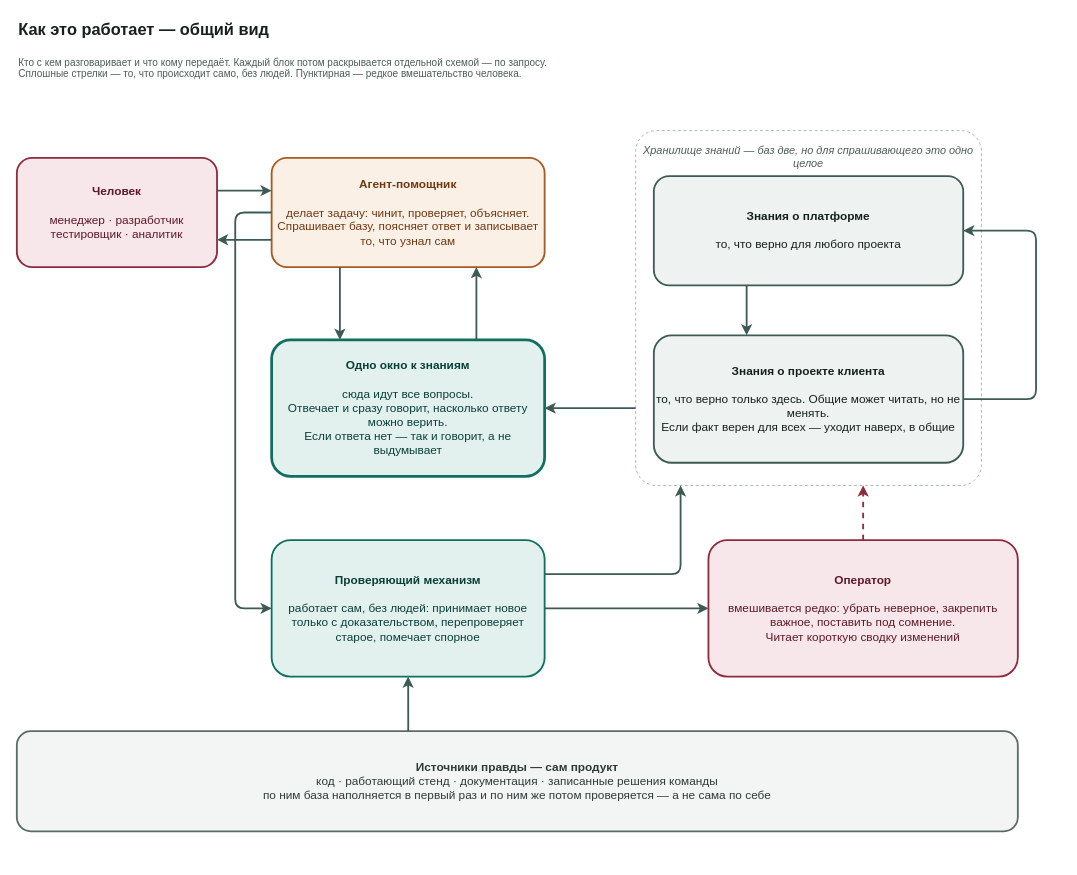
The draw.io diagram docs/adr/adr-knowledge-base-v3-overview.drawio in VirtoCommerce/ai-tools, before the edit. Source tidied: cells renumbered, new cells numbered last; positions are measured from the earlier drawing's top-left corner, leaving out a move shared by most shapes. Both pictures are drawn from the tidied source at 91%, with x=0, y=0 at pixel (16, 15).
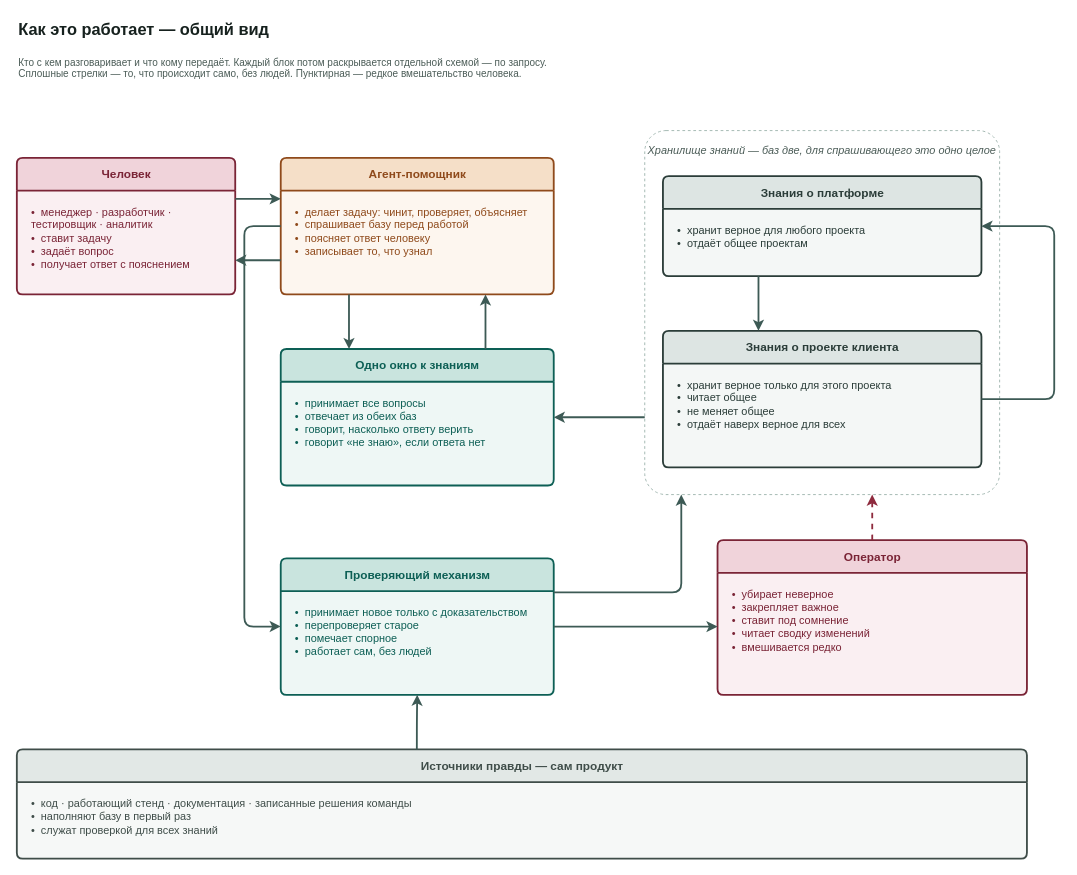
After the change.

Commit message (it also covers changes not shown here):
docs(adr): kb v3 — блоки как карточки: заголовок полосой, функции тезисами (VCST-5776)

Каждый блок стал карточкой draw.io со своей шапкой: название сверху,
отделённое линией, ниже — ненумерованный список того, что блок делает.
Разделитель является свойством фигуры, а не нарисованной линией, поэтому
не разъедется, если карточку потянуть за угол в редакторе.

Формулировки переписаны с обтекаемых на действия: было «общие может
читать, но не менять» — стало «читает общее» и «не меняет общее». Каждый
тезис отвечает на «кто это» или «что конкретно делает», без описательных
хвостов.

Change to the diagram source:
```diff
@@
-    <mxCell id="4" value="&lt;b&gt;Человек&lt;/b&gt;&lt;br&gt;&lt;br&gt;менеджер · разработчик&lt;br&gt;тестировщик · аналитик" style="rounded=1;arcSize=14;whiteSpace=wrap;html=1;fillColor=#f7e6ea;strokeColor=#8e2b3e;fontColor=#5e1a28;fontSize=13;strokeWidth=2;fontFamily=Helvetica;" parent="1" vertex="1">
-      <mxGeometry y="156" width="220" height="120" as="geometry" />
+    <mxCell id="4" value="Человек" style="swimlane;html=1;rounded=1;arcSize=6;startSize=36;horizontal=1;fillColor=#f0d3da;swimlaneFillColor=#faeff2;strokeColor=#7a2436;fontColor=#7a2436;fontSize=13;fontStyle=1;align=center;verticalAlign=middle;strokeWidth=2;fontFamily=Helvetica;" parent="1" vertex="1">
+      <mxGeometry y="156" width="240" height="150" as="geometry" />
     </mxCell>
+    <mxCell id="25" value="•&amp;nbsp; менеджер · разработчик · тестировщик · аналитик&lt;br&gt;•&amp;nbsp; ставит задачу&lt;br&gt;•&amp;nbsp; задаёт вопрос&lt;br&gt;•&amp;nbsp; получает ответ с пояснением" style="text;html=1;align=left;verticalAlign=top;whiteSpace=wrap;spacingLeft=14;spacingTop=10;spacingRight=10;fontSize=12;fontColor=#7a2436;fontFamily=Helvetica;" parent="4" vertex="1">
+      <mxGeometry y="36" width="240" height="114" as="geometry" />
+    </mxCell>
-    <mxCell id="5" value="&lt;b&gt;Агент-помощник&lt;/b&gt;&lt;br&gt;&lt;br&gt;делает задачу: чинит, проверяет, объясняет.&lt;br&gt;Спрашивает базу, поясняет ответ и записывает то, что узнал сам" style="rounded=1;arcSize=14;whiteSpace=wrap;html=1;fillColor=#fbf0e6;strokeColor=#a85a22;fontColor=#6f3813;fontSize=13;strokeWidth=2;fontFamily=Helvetica;" parent="1" vertex="1">
-      <mxGeometry x="280" y="156" width="300" height="120" as="geometry" />
+    <mxCell id="5" value="Агент-помощник" style="swimlane;html=1;rounded=1;arcSize=6;startSize=36;horizontal=1;fillColor=#f5dfc8;swimlaneFillColor=#fdf6ef;strokeColor=#8f4a1b;fontColor=#8f4a1b;fontSize=13;fontStyle=1;align=center;verticalAlign=middle;strokeWidth=2;fontFamily=Helvetica;" parent="1" vertex="1">
+      <mxGeometry x="290" y="156" width="300" height="150" as="geometry" />
     </mxCell>
+    <mxCell id="26" value="•&amp;nbsp; делает задачу: чинит, проверяет, объясняет&lt;br&gt;•&amp;nbsp; спрашивает базу перед работой&lt;br&gt;•&amp;nbsp; поясняет ответ человеку&lt;br&gt;•&amp;nbsp; записывает то, что узнал" style="text;html=1;align=left;verticalAlign=top;whiteSpace=wrap;spacingLeft=14;spacingTop=10;spacingRight=10;fontSize=12;fontColor=#8f4a1b;fontFamily=Helvetica;" parent="5" vertex="1">
+      <mxGeometry y="36" width="300" height="114" as="geometry" />
+    </mxCell>
-    <mxCell id="6" value="&lt;b&gt;Одно окно к знаниям&lt;/b&gt;&lt;br&gt;&lt;br&gt;сюда идут все вопросы.&lt;br&gt;Отвечает и сразу говорит, насколько ответу можно верить.&lt;br&gt;Если ответа нет — так и говорит, а не выдумывает" style="rounded=1;arcSize=14;whiteSpace=wrap;html=1;fillColor=#e3f1ee;strokeColor=#0f6f63;fontColor=#093f39;fontSize=13;strokeWidth=3;fontFamily=Helvetica;" parent="1" vertex="1">
-      <mxGeometry x="280" y="356" width="300" height="150" as="geometry" />
+    <mxCell id="6" value="Одно окно к знаниям" style="swimlane;html=1;rounded=1;arcSize=6;startSize=36;horizontal=1;fillColor=#c9e4de;swimlaneFillColor=#eef7f5;strokeColor=#0d5f55;fontColor=#0d5f55;fontSize=13;fontStyle=1;align=center;verticalAlign=middle;strokeWidth=2;fontFamily=Helvetica;" parent="1" vertex="1">
+      <mxGeometry x="290" y="366" width="300" height="150" as="geometry" />
     </mxCell>
+    <mxCell id="27" value="•&amp;nbsp; принимает все вопросы&lt;br&gt;•&amp;nbsp; отвечает из обеих баз&lt;br&gt;•&amp;nbsp; говорит, насколько ответу верить&lt;br&gt;•&amp;nbsp; говорит «не знаю», если ответа нет" style="text;html=1;align=left;verticalAlign=top;whiteSpace=wrap;spacingLeft=14;spacingTop=10;spacingRight=10;fontSize=12;fontColor=#0d5f55;fontFamily=Helvetica;" parent="6" vertex="1">
+      <mxGeometry y="36" width="300" height="114" as="geometry" />
+    </mxCell>
-    <mxCell id="7" value="Хранилище знаний — баз две, но для спрашивающего это одно целое" style="rounded=1;arcSize=6;whiteSpace=wrap;html=1;fillColor=none;strokeColor=#9db3ad;dashed=1;verticalAlign=top;align=center;spacingTop=8;fontColor=#4b5c57;fontStyle=2;fontSize=12;fontFamily=Helvetica;" parent="1" vertex="1">
-      <mxGeometry x="680" y="126" width="380" height="390" as="geometry" />
+    <mxCell id="7" value="Хранилище знаний — баз две, для спрашивающего это одно целое" style="rounded=1;arcSize=6;whiteSpace=wrap;html=1;fillColor=none;strokeColor=#9db3ad;dashed=1;verticalAlign=top;align=center;spacingTop=8;fontColor=#4b5c57;fontStyle=2;fontSize=12;fontFamily=Helvetica;" parent="1" vertex="1">
+      <mxGeometry x="690" y="126" width="390" height="400" as="geometry" />
     </mxCell>
-    <mxCell id="8" value="&lt;b&gt;Знания о платформе&lt;/b&gt;&lt;br&gt;&lt;br&gt;то, что верно для любого проекта" style="rounded=1;arcSize=14;whiteSpace=wrap;html=1;fillColor=#eef2f1;strokeColor=#3d5a55;fontColor=#16211e;fontSize=13;strokeWidth=2;fontFamily=Helvetica;" parent="1" vertex="1">
-      <mxGeometry x="700" y="176" width="340" height="120" as="geometry" />
+    <mxCell id="8" value="Знания о платформе" style="swimlane;html=1;rounded=1;arcSize=6;startSize=36;horizontal=1;fillColor=#dde5e3;swimlaneFillColor=#f4f7f6;strokeColor=#2b3d39;fontColor=#2b3d39;fontSize=13;fontStyle=1;align=center;verticalAlign=middle;strokeWidth=2;fontFamily=Helvetica;" parent="1" vertex="1">
+      <mxGeometry x="710" y="176" width="350" height="110" as="geometry" />
     </mxCell>
+    <mxCell id="28" value="•&amp;nbsp; хранит верное для любого проекта&lt;br&gt;•&amp;nbsp; отдаёт общее проектам" style="text;html=1;align=left;verticalAlign=top;whiteSpace=wrap;spacingLeft=14;spacingTop=10;spacingRight=10;fontSize=12;fontColor=#2b3d39;fontFamily=Helvetica;" parent="8" vertex="1">
+      <mxGeometry y="36" width="350" height="74" as="geometry" />
+    </mxCell>
-    <mxCell id="9" value="&lt;b&gt;Знания о проекте клиента&lt;/b&gt;&lt;br&gt;&lt;br&gt;то, что верно только здесь. Общие может читать, но не менять.&lt;br&gt;Если факт верен для всех — уходит наверх, в общие" style="rounded=1;arcSize=14;whiteSpace=wrap;html=1;fillColor=#eef2f1;strokeColor=#3d5a55;fontColor=#16211e;fontSize=13;strokeWidth=2;fontFamily=Helvetica;" parent="1" vertex="1">
-      <mxGeometry x="700" y="351" width="340" height="140" as="geometry" />
+    <mxCell id="9" value="Знания о проекте клиента" style="swimlane;html=1;rounded=1;arcSize=6;startSize=36;horizontal=1;fillColor=#dde5e3;swimlaneFillColor=#f4f7f6;strokeColor=#2b3d39;fontColor=#2b3d39;fontSize=13;fontStyle=1;align=center;verticalAlign=middle;strokeWidth=2;fontFamily=Helvetica;" parent="1" vertex="1">
+      <mxGeometry x="710" y="346" width="350" height="150" as="geometry" />
     </mxCell>
+    <mxCell id="29" value="•&amp;nbsp; хранит верное только для этого проекта&lt;br&gt;•&amp;nbsp; читает общее&lt;br&gt;•&amp;nbsp; не меняет общее&lt;br&gt;•&amp;nbsp; отдаёт наверх верное для всех" style="text;html=1;align=left;verticalAlign=top;whiteSpace=wrap;spacingLeft=14;spacingTop=10;spacingRight=10;fontSize=12;fontColor=#2b3d39;fontFamily=Helvetica;" parent="9" vertex="1">
+      <mxGeometry y="36" width="350" height="114" as="geometry" />
+    </mxCell>
-    <mxCell id="10" value="&lt;b&gt;Проверяющий механизм&lt;/b&gt;&lt;br&gt;&lt;br&gt;работает сам, без людей: принимает новое только с доказательством, перепроверяет старое, помечает спорное" style="rounded=1;arcSize=14;whiteSpace=wrap;html=1;fillColor=#e3f1ee;strokeColor=#0f6f63;fontColor=#093f39;fontSize=13;strokeWidth=2;fontFamily=Helvetica;" parent="1" vertex="1">
-      <mxGeometry x="280" y="576" width="300" height="150" as="geometry" />
+    <mxCell id="10" value="Проверяющий механизм" style="swimlane;html=1;rounded=1;arcSize=6;startSize=36;horizontal=1;fillColor=#c9e4de;swimlaneFillColor=#eef7f5;strokeColor=#0d5f55;fontColor=#0d5f55;fontSize=13;fontStyle=1;align=center;verticalAlign=middle;strokeWidth=2;fontFamily=Helvetica;" parent="1" vertex="1">
+      <mxGeometry x="290" y="596" width="300" height="150" as="geometry" />
     </mxCell>
+    <mxCell id="30" value="•&amp;nbsp; принимает новое только с доказательством&lt;br&gt;•&amp;nbsp; перепроверяет старое&lt;br&gt;•&amp;nbsp; помечает спорное&lt;br&gt;•&amp;nbsp; работает сам, без людей" style="text;html=1;align=left;verticalAlign=top;whiteSpace=wrap;spacingLeft=14;spacingTop=10;spacingRight=10;fontSize=12;fontColor=#0d5f55;fontFamily=Helvetica;" parent="10" vertex="1">
+      <mxGeometry y="36" width="300" height="114" as="geometry" />
+    </mxCell>
-    <mxCell id="11" value="&lt;b&gt;Оператор&lt;/b&gt;&lt;br&gt;&lt;br&gt;вмешивается редко: убрать неверное, закрепить важное, поставить под сомнение.&lt;br&gt;Читает короткую сводку изменений" style="rounded=1;arcSize=14;whiteSpace=wrap;html=1;fillColor=#f7e6ea;strokeColor=#8e2b3e;fontColor=#5e1a28;fontSize=13;strokeWidth=2;fontFamily=Helvetica;" parent="1" vertex="1">
-      <mxGeometry x="760" y="576" width="340" height="150" as="geometry" />
+    <mxCell id="11" value="Оператор" style="swimlane;html=1;rounded=1;arcSize=6;startSize=36;horizontal=1;fillColor=#f0d3da;swimlaneFillColor=#faeff2;strokeColor=#7a2436;fontColor=#7a2436;fontSize=13;fontStyle=1;align=center;verticalAlign=middle;strokeWidth=2;fontFamily=Helvetica;" parent="1" vertex="1">
+      <mxGeometry x="770" y="576" width="340" height="170" as="geometry" />
     </mxCell>
+    <mxCell id="31" value="•&amp;nbsp; убирает неверное&lt;br&gt;•&amp;nbsp; закрепляет важное&lt;br&gt;•&amp;nbsp; ставит под сомнение&lt;br&gt;•&amp;nbsp; читает сводку изменений&lt;br&gt;•&amp;nbsp; вмешивается редко" style="text;html=1;align=left;verticalAlign=top;whiteSpace=wrap;spacingLeft=14;spacingTop=10;spacingRight=10;fontSize=12;fontColor=#7a2436;fontFamily=Helvetica;" parent="11" vertex="1">
+      <mxGeometry y="36" width="340" height="134" as="geometry" />
+    </mxCell>
-    <mxCell id="12" value="&lt;b&gt;Источники правды — сам продукт&lt;/b&gt;&lt;br&gt;код · работающий стенд · документация · записанные решения команды&lt;br&gt;по ним база наполняется в первый раз и по ним же потом проверяется — а не сама по себе" style="rounded=1;arcSize=14;whiteSpace=wrap;html=1;fillColor=#f2f5f4;strokeColor=#5c6b66;fontColor=#2f3a37;fontSize=13;strokeWidth=2;fontFamily=Helvetica;" parent="1" vertex="1">
-      <mxGeometry y="786" width="1100" height="110" as="geometry" />
+    <mxCell id="12" value="Источники правды — сам продукт" style="swimlane;html=1;rounded=1;arcSize=6;startSize=36;horizontal=1;fillColor=#e2e8e6;swimlaneFillColor=#f6f8f7;strokeColor=#3f4d49;fontColor=#3f4d49;fontSize=13;fontStyle=1;align=center;verticalAlign=middle;strokeWidth=2;fontFamily=Helvetica;" parent="1" vertex="1">
+      <mxGeometry y="806" width="1110" height="120" as="geometry" />
     </mxCell>
+    <mxCell id="32" value="•&amp;nbsp; код · работающий стенд · документация · записанные решения команды&lt;br&gt;•&amp;nbsp; наполняют базу в первый раз&lt;br&gt;•&amp;nbsp; служат проверкой для всех знаний" style="text;html=1;align=left;verticalAlign=top;whiteSpace=wrap;spacingLeft=14;spacingTop=10;spacingRight=10;fontSize=12;fontColor=#3f4d49;fontFamily=Helvetica;" parent="12" vertex="1">
+      <mxGeometry y="36" width="1110" height="84" as="geometry" />
+    </mxCell>
@@
-    <mxCell id="17" style="edgeStyle=orthogonalEdgeStyle;rounded=1;html=1;labelBackgroundColor=#ffffff;fontSize=12;strokeWidth=2;strokeColor=#3d5a55;fontColor=#2f3a37;fontFamily=Helvetica;exitX=0;exitY=0.782;exitDx=0;exitDy=0;entryX=1;entryY=0.5;entryDx=0;entryDy=0;" parent="1" edge="1" source="7" target="6">
+    <mxCell id="17" style="edgeStyle=orthogonalEdgeStyle;rounded=1;html=1;labelBackgroundColor=#ffffff;fontSize=12;strokeWidth=2;strokeColor=#3d5a55;fontColor=#2f3a37;fontFamily=Helvetica;exitX=0;exitY=0.7875;exitDx=0;exitDy=0;entryX=1;entryY=0.5;entryDx=0;entryDy=0;" parent="1" edge="1" source="7" target="6">
       <mxGeometry relative="1" as="geometry" />
     </mxCell>
     <mxCell id="18" style="edgeStyle=orthogonalEdgeStyle;rounded=1;html=1;labelBackgroundColor=#ffffff;fontSize=12;strokeWidth=2;strokeColor=#3d5a55;fontColor=#2f3a37;fontFamily=Helvetica;exitX=0;exitY=0.5;exitDx=0;exitDy=0;entryX=0;entryY=0.5;entryDx=0;entryDy=0;" parent="1" edge="1" source="5" target="10">
       <mxGeometry relative="1" as="geometry">
         <Array as="points">
-          <mxPoint x="240" y="216" />
-          <mxPoint x="240" y="651" />
+          <mxPoint x="250" y="231" />
+          <mxPoint x="250" y="671" />
         </Array>
       </mxGeometry>
     </mxCell>
-    <mxCell id="19" style="edgeStyle=orthogonalEdgeStyle;rounded=1;html=1;labelBackgroundColor=#ffffff;fontSize=12;strokeWidth=2;strokeColor=#3d5a55;fontColor=#2f3a37;fontFamily=Helvetica;exitX=1;exitY=0.25;exitDx=0;exitDy=0;entryX=0.13;entryY=1;entryDx=0;entryDy=0;" parent="1" edge="1" source="10" target="7">
+    <mxCell id="19" style="edgeStyle=orthogonalEdgeStyle;rounded=1;html=1;labelBackgroundColor=#ffffff;fontSize=12;strokeWidth=2;strokeColor=#3d5a55;fontColor=#2f3a37;fontFamily=Helvetica;exitX=1;exitY=0.25;exitDx=0;exitDy=0;entryX=0.103;entryY=1;entryDx=0;entryDy=0;" parent="1" edge="1" source="10" target="7">
       <mxGeometry relative="1" as="geometry">
         <Array as="points">
-          <mxPoint x="730" y="613" />
+          <mxPoint x="730" y="633" />
         </Array>
       </mxGeometry>
     </mxCell>
-    <mxCell id="20" style="edgeStyle=orthogonalEdgeStyle;rounded=1;html=1;labelBackgroundColor=#ffffff;fontSize=12;strokeWidth=2;strokeColor=#3d5a55;fontColor=#2f3a37;fontFamily=Helvetica;exitX=0.391;exitY=0;exitDx=0;exitDy=0;entryX=0.5;entryY=1;entryDx=0;entryDy=0;" parent="1" edge="1" source="12" target="10">
+    <mxCell id="20" style="edgeStyle=orthogonalEdgeStyle;rounded=1;html=1;labelBackgroundColor=#ffffff;fontSize=12;strokeWidth=2;strokeColor=#3d5a55;fontColor=#2f3a37;fontFamily=Helvetica;exitX=0.396;exitY=0;exitDx=0;exitDy=0;entryX=0.5;entryY=1;entryDx=0;entryDy=0;" parent="1" edge="1" source="12" target="10">
       <mxGeometry relative="1" as="geometry" />
     </mxCell>
-    <mxCell id="21" style="edgeStyle=orthogonalEdgeStyle;rounded=1;html=1;labelBackgroundColor=#ffffff;fontSize=12;strokeWidth=2;strokeColor=#3d5a55;fontColor=#2f3a37;fontFamily=Helvetica;exitX=1;exitY=0.5;exitDx=0;exitDy=0;entryX=0;entryY=0.5;entryDx=0;entryDy=0;" parent="1" edge="1" source="10" target="11">
+    <mxCell id="21" style="edgeStyle=orthogonalEdgeStyle;rounded=1;html=1;labelBackgroundColor=#ffffff;fontSize=12;strokeWidth=2;strokeColor=#3d5a55;fontColor=#2f3a37;fontFamily=Helvetica;exitX=1;exitY=0.5;exitDx=0;exitDy=0;entryX=0;entryY=0.559;entryDx=0;entryDy=0;" parent="1" edge="1" source="10" target="11">
       <mxGeometry relative="1" as="geometry" />
     </mxCell>
-    <mxCell id="22" style="edgeStyle=orthogonalEdgeStyle;rounded=1;html=1;labelBackgroundColor=#ffffff;fontSize=12;strokeWidth=2;strokeColor=#3d5a55;fontColor=#2f3a37;fontFamily=Helvetica;dashed=1;strokeColor=#8e2b3e;fontColor=#6b1f2e;exitX=0.5;exitY=0;exitDx=0;exitDy=0;entryX=0.658;entryY=1;entryDx=0;entryDy=0;" parent="1" edge="1" source="11" target="7">
+    <mxCell id="22" style="edgeStyle=orthogonalEdgeStyle;rounded=1;html=1;labelBackgroundColor=#ffffff;fontSize=12;strokeWidth=2;strokeColor=#3d5a55;fontColor=#2f3a37;fontFamily=Helvetica;dashed=1;strokeColor=#8e2b3e;fontColor=#6b1f2e;exitX=0.5;exitY=0;exitDx=0;exitDy=0;entryX=0.641;entryY=1;entryDx=0;entryDy=0;" parent="1" edge="1" source="11" target="7">
       <mxGeometry relative="1" as="geometry" />
     </mxCell>
     <mxCell id="23" style="edgeStyle=orthogonalEdgeStyle;rounded=1;html=1;labelBackgroundColor=#ffffff;fontSize=12;strokeWidth=2;strokeColor=#3d5a55;fontColor=#2f3a37;fontFamily=Helvetica;exitX=1;exitY=0.5;exitDx=0;exitDy=0;entryX=1;entryY=0.5;entryDx=0;entryDy=0;" parent="1" edge="1" source="9" target="8">
       <mxGeometry relative="1" as="geometry">
         <Array as="points">
-          <mxPoint x="1120" y="421" />
-          <mxPoint x="1120" y="236" />
+          <mxPoint x="1140" y="421" />
+          <mxPoint x="1140" y="231" />
         </Array>
       </mxGeometry>
     </mxCell>
```
